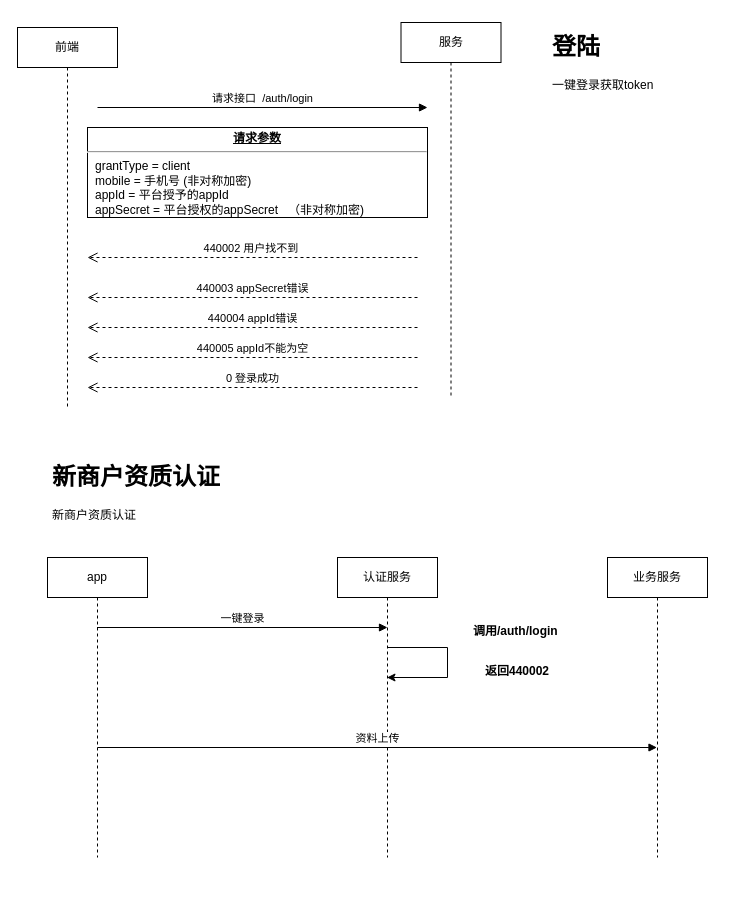
Earlier version of the draw.io diagram 新智享调车.drawio (yangrenqing/yangrenqing). Source tidied: cells renumbered, new cells numbered last; positions are measured from the earlier drawing's top-left corner, leaving out a move shared by most shapes. Both pictures are drawn from the tidied source at 100%, with x=0, y=0 at pixel (17, 22).
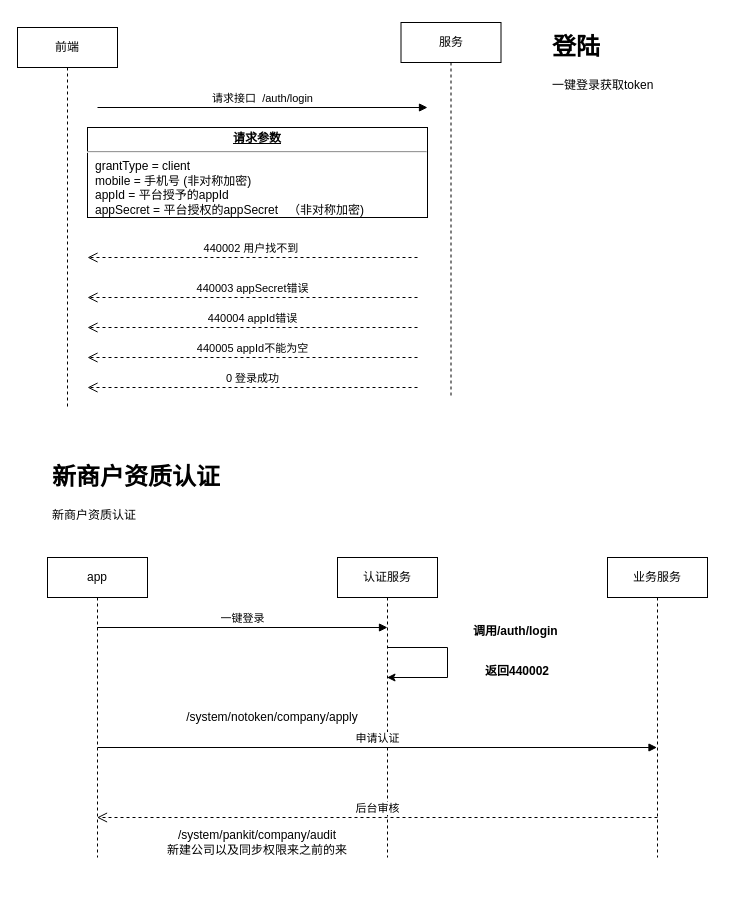
Above is the later version.

Commit message:
Update 新智享调车.drawio

Unchanged cells that the change refers to:
```xml
<mxCell id="13" value="app" style="shape=umlLifeline;perimeter=lifelinePerimeter;whiteSpace=wrap;html=1;outlineConnect=0;" parent="1" vertex="1">
  <mxGeometry x="30" y="535" width="100" height="300" as="geometry" />
</mxCell>
<mxCell id="17" value="业务服务" style="shape=umlLifeline;perimeter=lifelinePerimeter;whiteSpace=wrap;html=1;outlineConnect=0;" parent="1" vertex="1">
  <mxGeometry x="590" y="535" width="100" height="300" as="geometry" />
</mxCell>
```

Diff of the diagram source:
```diff
@@
-    <mxCell id="20" value="资料上传" style="html=1;verticalAlign=bottom;endArrow=block;" parent="1" edge="1" target="17">
+    <mxCell id="20" value="申请认证" style="html=1;verticalAlign=bottom;endArrow=block;" parent="1" edge="1" target="17">
       <mxGeometry relative="1" as="geometry">
         <mxPoint x="80" y="725" as="sourcePoint" />
       </mxGeometry>
     </mxCell>
+    <mxCell id="21" value="/system/notoken/company/apply" style="text;html=1;strokeColor=none;fillColor=none;align=center;verticalAlign=middle;whiteSpace=wrap;rounded=0;" parent="1" vertex="1">
+      <mxGeometry x="100" y="685" width="310" height="20" as="geometry" />
+    </mxCell>
+    <mxCell id="22" value="后台审核" style="html=1;verticalAlign=bottom;endArrow=open;dashed=1;endSize=8;" parent="1" edge="1" target="13">
+      <mxGeometry relative="1" as="geometry">
+        <mxPoint x="640" y="795" as="sourcePoint" />
+      </mxGeometry>
+    </mxCell>
+    <mxCell id="23" value="/system/pankit/company/audit&lt;br&gt;新建公司以及同步权限来之前的来" style="text;html=1;strokeColor=none;fillColor=none;align=center;verticalAlign=middle;whiteSpace=wrap;rounded=0;" parent="1" vertex="1">
+      <mxGeometry x="85" y="755" width="310" height="130" as="geometry" />
+    </mxCell>
```
